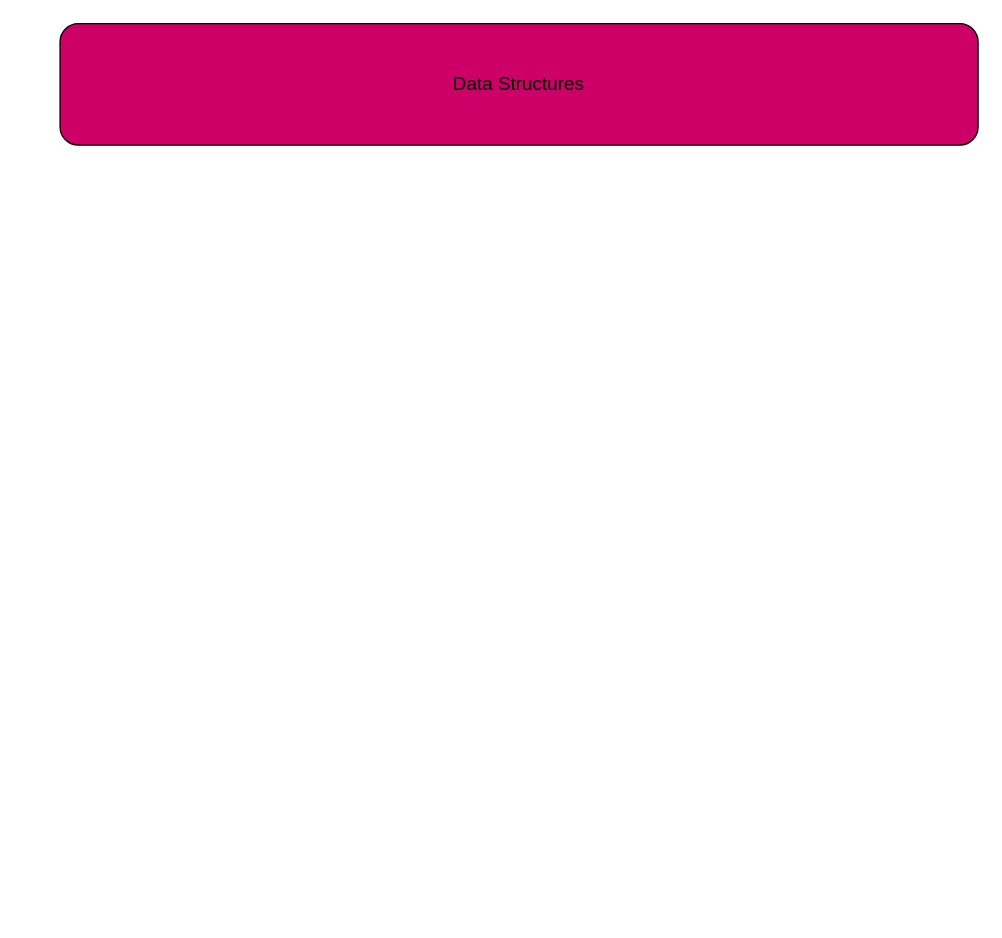
The draw.io diagram page "Page-2" (2 of 2) of Untitled Diagram.drawio in twok020101/Leetcode, before the edit. Source tidied: cells renumbered, new cells numbered last; positions are measured from the earlier drawing's top-left corner, leaving out a move shared by most shapes. Both pictures are drawn from the tidied source at 135%, with x=0, y=0 at pixel (59, 23).
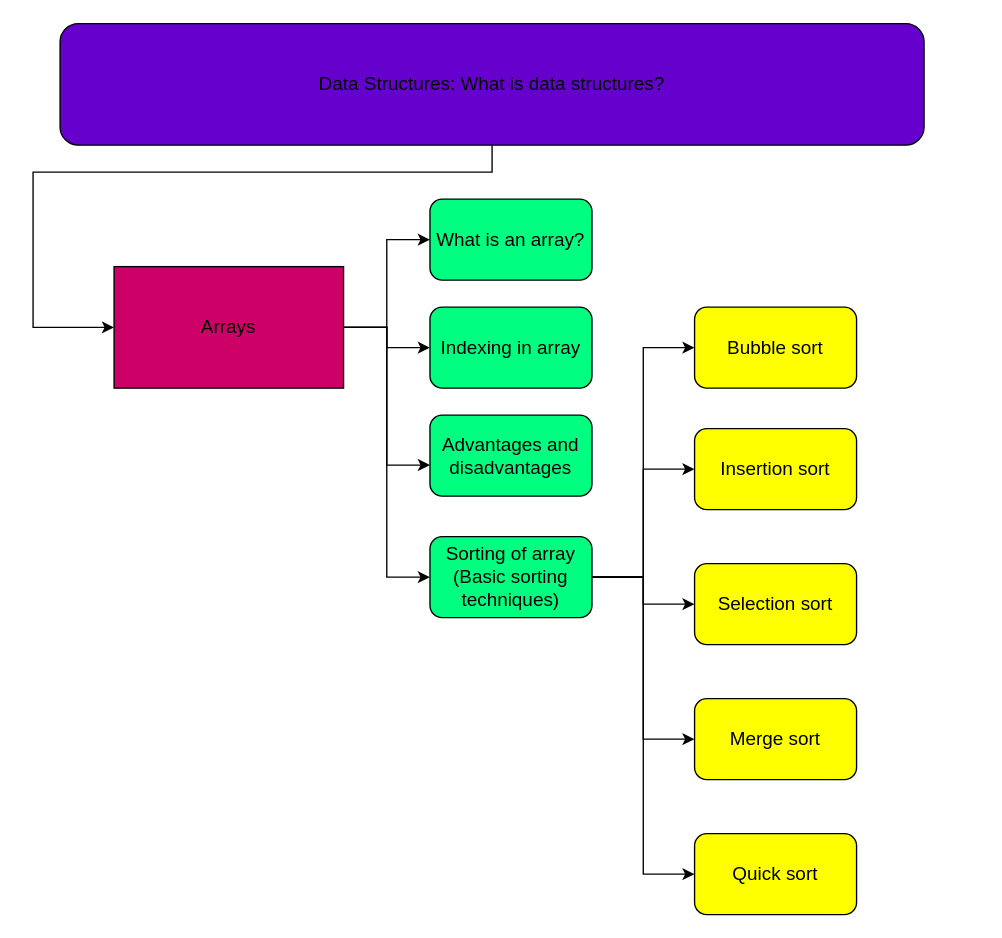
After the change.

Commit message:
Completed arrays in data structures

The edit, as a diff of the source:
```diff
@@
+    <mxCell id="3" style="edgeStyle=orthogonalEdgeStyle;rounded=0;jettySize=auto;html=1;entryX=0;entryY=0.5;entryDx=0;entryDy=0;fontSize=14;" parent="1" edge="1" source="2" target="8">
+      <mxGeometry relative="1" as="geometry">
+        <Array as="points">
+          <mxPoint x="320" y="110" />
+          <mxPoint x="-20" y="110" />
+          <mxPoint x="-20" y="225" />
+        </Array>
+      </mxGeometry>
+    </mxCell>
-    <mxCell id="2" value="Data Structures" style="rounded=1;whiteSpace=wrap;html=1;fontSize=14;fillColor=#CC0066;" parent="1" vertex="1">
-      <mxGeometry width="680" height="90" as="geometry" />
+    <mxCell id="2" value="Data Structures: What is data structures?" style="rounded=1;whiteSpace=wrap;html=1;fontSize=14;fillColor=#6600CC;" parent="1" vertex="1">
+      <mxGeometry width="640" height="90" as="geometry" />
     </mxCell>
+    <mxCell id="4" style="edgeStyle=orthogonalEdgeStyle;rounded=0;jettySize=auto;html=1;entryX=0;entryY=0.5;entryDx=0;entryDy=0;fontSize=14;" parent="1" edge="1" source="8" target="9">
+      <mxGeometry relative="1" as="geometry" />
+    </mxCell>
+    <mxCell id="5" style="edgeStyle=orthogonalEdgeStyle;rounded=0;jettySize=auto;html=1;entryX=0;entryY=0.5;entryDx=0;entryDy=0;fontSize=14;" parent="1" edge="1" source="8" target="10">
+      <mxGeometry relative="1" as="geometry" />
+    </mxCell>
+    <mxCell id="6" style="edgeStyle=orthogonalEdgeStyle;rounded=0;jettySize=auto;html=1;entryX=0;entryY=0.617;entryDx=0;entryDy=0;entryPerimeter=0;fontSize=14;" parent="1" edge="1" source="8" target="11">
+      <mxGeometry relative="1" as="geometry" />
+    </mxCell>
+    <mxCell id="7" style="edgeStyle=orthogonalEdgeStyle;rounded=0;jettySize=auto;html=1;entryX=0;entryY=0.5;entryDx=0;entryDy=0;fontSize=14;" parent="1" edge="1" source="8" target="17">
+      <mxGeometry relative="1" as="geometry" />
+    </mxCell>
+    <mxCell id="8" value="Arrays" style="rounded=0;whiteSpace=wrap;html=1;fontSize=14;fillColor=#CC0066;" parent="1" vertex="1">
+      <mxGeometry x="40" y="180" width="170" height="90" as="geometry" />
+    </mxCell>
+    <mxCell id="9" value="What is an array?" style="rounded=1;whiteSpace=wrap;html=1;fontSize=14;fillColor=#00FF80;" parent="1" vertex="1">
+      <mxGeometry x="274" y="130" width="120" height="60" as="geometry" />
+    </mxCell>
+    <mxCell id="10" value="Indexing in array" style="rounded=1;whiteSpace=wrap;html=1;fontSize=14;fillColor=#00FF80;" parent="1" vertex="1">
+      <mxGeometry x="274" y="210" width="120" height="60" as="geometry" />
+    </mxCell>
+    <mxCell id="11" value="Advantages and disadvantages" style="rounded=1;whiteSpace=wrap;html=1;fontSize=14;fillColor=#00FF80;" parent="1" vertex="1">
+      <mxGeometry x="274" y="290" width="120" height="60" as="geometry" />
+    </mxCell>
+    <mxCell id="12" style="edgeStyle=orthogonalEdgeStyle;rounded=0;jettySize=auto;html=1;entryX=0;entryY=0.5;entryDx=0;entryDy=0;fontSize=14;" parent="1" edge="1" source="17" target="18">
+      <mxGeometry relative="1" as="geometry" />
+    </mxCell>
+    <mxCell id="13" style="edgeStyle=orthogonalEdgeStyle;rounded=0;jettySize=auto;html=1;entryX=0;entryY=0.5;entryDx=0;entryDy=0;fontSize=14;" parent="1" edge="1" source="17" target="19">
+      <mxGeometry relative="1" as="geometry" />
+    </mxCell>
+    <mxCell id="14" style="edgeStyle=orthogonalEdgeStyle;rounded=0;jettySize=auto;html=1;entryX=0;entryY=0.5;entryDx=0;entryDy=0;fontSize=14;" parent="1" edge="1" source="17" target="20">
+      <mxGeometry relative="1" as="geometry" />
+    </mxCell>
+    <mxCell id="15" style="edgeStyle=orthogonalEdgeStyle;rounded=0;jettySize=auto;html=1;entryX=0;entryY=0.5;entryDx=0;entryDy=0;fontSize=14;" parent="1" edge="1" source="17" target="21">
+      <mxGeometry relative="1" as="geometry" />
+    </mxCell>
+    <mxCell id="16" style="edgeStyle=orthogonalEdgeStyle;rounded=0;jettySize=auto;html=1;entryX=0;entryY=0.5;entryDx=0;entryDy=0;fontSize=14;" parent="1" edge="1" source="17" target="22">
+      <mxGeometry relative="1" as="geometry" />
+    </mxCell>
+    <mxCell id="17" value="Sorting of array&lt;br&gt;(Basic sorting techniques)" style="rounded=1;whiteSpace=wrap;html=1;fontSize=14;fillColor=#00FF80;" parent="1" vertex="1">
+      <mxGeometry x="274" y="380" width="120" height="60" as="geometry" />
+    </mxCell>
+    <mxCell id="18" value="Bubble sort" style="rounded=1;whiteSpace=wrap;html=1;fontSize=14;fillColor=#FFFF00;" parent="1" vertex="1">
+      <mxGeometry x="470" y="210" width="120" height="60" as="geometry" />
+    </mxCell>
+    <mxCell id="19" value="Insertion sort" style="rounded=1;whiteSpace=wrap;html=1;fontSize=14;fillColor=#FFFF00;" parent="1" vertex="1">
+      <mxGeometry x="470" y="300" width="120" height="60" as="geometry" />
+    </mxCell>
+    <mxCell id="20" value="Selection sort" style="rounded=1;whiteSpace=wrap;html=1;fontSize=14;fillColor=#FFFF00;" parent="1" vertex="1">
+      <mxGeometry x="470" y="400" width="120" height="60" as="geometry" />
+    </mxCell>
+    <mxCell id="21" value="Merge sort" style="rounded=1;whiteSpace=wrap;html=1;fontSize=14;fillColor=#FFFF00;" parent="1" vertex="1">
+      <mxGeometry x="470" y="500" width="120" height="60" as="geometry" />
+    </mxCell>
+    <mxCell id="22" value="Quick sort" style="rounded=1;whiteSpace=wrap;html=1;fontSize=14;fillColor=#FFFF00;" parent="1" vertex="1">
+      <mxGeometry x="470" y="600" width="120" height="60" as="geometry" />
+    </mxCell>
```
